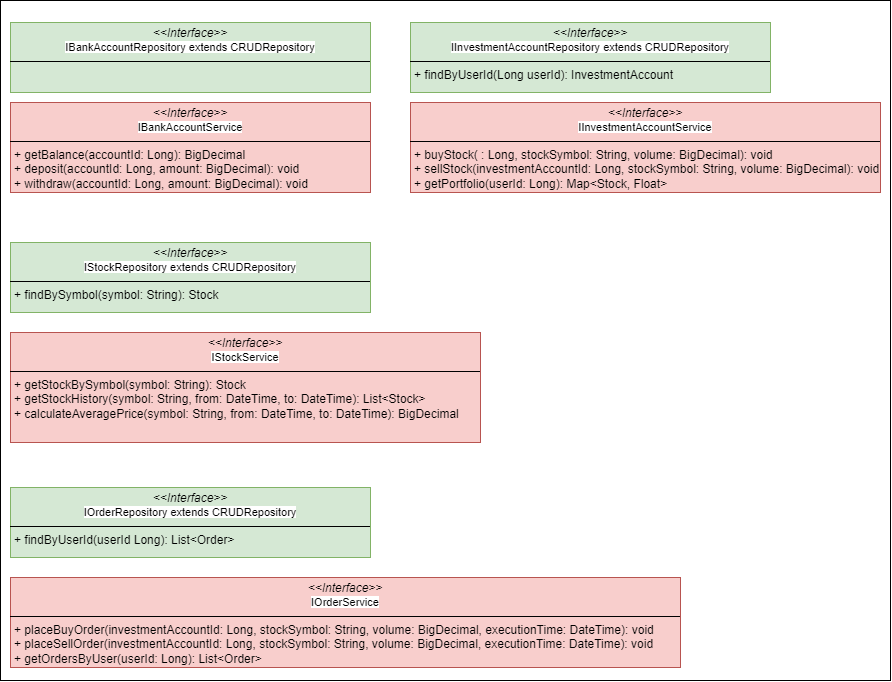
This is doc/diagrams/STACS_Finance_Interfaces.png from djthomann/FinancePepjekt, a draw.io export, as it was before one commit. Source tidied: cells renumbered, new cells last; positions are measured from the earlier drawing's top-left corner, leaving out a move shared by most shapes.
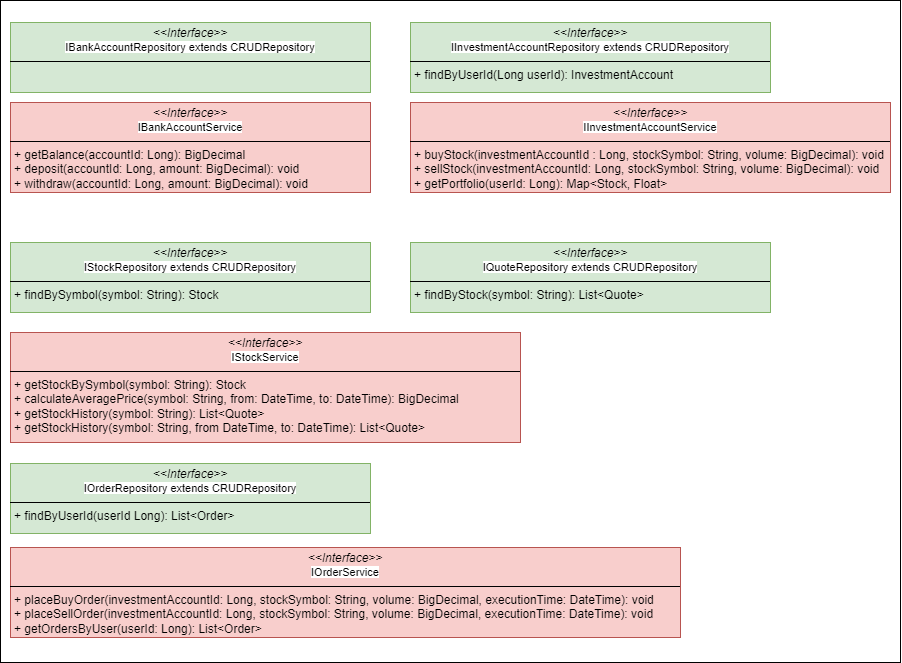
Later version of the same file.

Commit message:
UPDATE: Add IQuoteRepository and StockHistory functions to IStockService

The edit, as a diff of the source:
```diff
@@ -3,7 +3,7 @@
     <mxCell id="0" />
     <mxCell id="1" parent="0" />
     <mxCell id="2" style="rounded=0;whiteSpace=wrap;html=1;" parent="1" vertex="1">
-      <mxGeometry width="890" height="680" as="geometry" />
+      <mxGeometry width="900" height="662" as="geometry" />
     </mxCell>
     <mxCell id="3" value="&lt;p style=&quot;margin:0px;margin-top:4px;text-align:center;&quot;&gt;&lt;i&gt;&amp;lt;&amp;lt;Interface&amp;gt;&amp;gt;&lt;/i&gt;&lt;br&gt;&lt;span style=&quot;font-size: 11px; text-wrap-mode: nowrap; background-color: rgb(255, 255, 255);&quot;&gt;IBankAccountRepository extends CRUDRepository&lt;/span&gt;&lt;/p&gt;&lt;hr size=&quot;1&quot; style=&quot;border-style:solid;&quot;&gt;&lt;p style=&quot;margin:0px;margin-left:4px;&quot;&gt;&lt;br&gt;&lt;/p&gt;" style="verticalAlign=top;align=left;overflow=fill;html=1;whiteSpace=wrap;fillColor=#d5e8d4;strokeColor=#82b366;" parent="1" vertex="1">
       <mxGeometry x="10" y="22" width="360" height="70" as="geometry" />
@@ -14,20 +14,23 @@
     <mxCell id="5" value="&lt;p style=&quot;margin:0px;margin-top:4px;text-align:center;&quot;&gt;&lt;i&gt;&amp;lt;&amp;lt;Interface&amp;gt;&amp;gt;&lt;/i&gt;&lt;br&gt;&lt;span style=&quot;font-size: 11px; text-wrap-mode: nowrap; background-color: rgb(255, 255, 255);&quot;&gt;IStockRepository extends CRUDRepository&lt;/span&gt;&lt;/p&gt;&lt;hr size=&quot;1&quot; style=&quot;border-style:solid;&quot;&gt;&lt;p style=&quot;margin:0px;margin-left:4px;&quot;&gt;+ findBySymbol(symbol: String): Stock&lt;/p&gt;" style="verticalAlign=top;align=left;overflow=fill;html=1;whiteSpace=wrap;fillColor=#d5e8d4;strokeColor=#82b366;" parent="1" vertex="1">
       <mxGeometry x="10" y="242" width="360" height="70" as="geometry" />
     </mxCell>
-    <mxCell id="6" value="&lt;p style=&quot;margin:0px;margin-top:4px;text-align:center;&quot;&gt;&lt;i&gt;&amp;lt;&amp;lt;Interface&amp;gt;&amp;gt;&lt;/i&gt;&lt;br&gt;&lt;span style=&quot;font-size: 11px; text-wrap-mode: nowrap; background-color: rgb(255, 255, 255);&quot;&gt;IStockService&lt;/span&gt;&lt;/p&gt;&lt;hr size=&quot;1&quot; style=&quot;border-style:solid;&quot;&gt;&lt;p style=&quot;margin:0px;margin-left:4px;&quot;&gt;+ getStockBySymbol(symbol: String): Stock&lt;/p&gt;&lt;p style=&quot;margin:0px;margin-left:4px;&quot;&gt;+ getStockHistory(symbol: String, from: DateTime, to: DateTime): List&amp;lt;Stock&amp;gt;&lt;/p&gt;&lt;p style=&quot;margin:0px;margin-left:4px;&quot;&gt;+ calculateAveragePrice(symbol: String,&amp;nbsp;&lt;span style=&quot;background-color: initial;&quot;&gt;from: DateTime, to: DateTime): BigDecimal&lt;/span&gt;&lt;/p&gt;" style="verticalAlign=top;align=left;overflow=fill;html=1;whiteSpace=wrap;fillColor=#f8cecc;strokeColor=#b85450;" parent="1" vertex="1">
-      <mxGeometry x="10" y="332" width="470" height="110" as="geometry" />
+    <mxCell id="6" value="&lt;p style=&quot;margin:0px;margin-top:4px;text-align:center;&quot;&gt;&lt;i&gt;&amp;lt;&amp;lt;Interface&amp;gt;&amp;gt;&lt;/i&gt;&lt;br&gt;&lt;span style=&quot;font-size: 11px; text-wrap-mode: nowrap; background-color: rgb(255, 255, 255);&quot;&gt;IStockService&lt;/span&gt;&lt;/p&gt;&lt;hr size=&quot;1&quot; style=&quot;border-style:solid;&quot;&gt;&lt;p style=&quot;margin:0px;margin-left:4px;&quot;&gt;+ getStockBySymbol(symbol: String): Stock&lt;/p&gt;&lt;p style=&quot;margin:0px;margin-left:4px;&quot;&gt;+ calculateAveragePrice(symbol: String,&amp;nbsp;&lt;span style=&quot;background-color: initial;&quot;&gt;from: DateTime, to: DateTime): BigDecimal&lt;/span&gt;&lt;/p&gt;&lt;p style=&quot;margin:0px;margin-left:4px;&quot;&gt;&lt;span style=&quot;background-color: initial;&quot;&gt;+ getStockHistory(symbol: String): List&amp;lt;Quote&amp;gt;&lt;/span&gt;&lt;/p&gt;&lt;p style=&quot;margin:0px;margin-left:4px;&quot;&gt;&lt;span style=&quot;background-color: initial;&quot;&gt;+ getStockHistory(symbol: String, from DateTime, to: DateTime): List&amp;lt;Quote&amp;gt;&lt;/span&gt;&lt;/p&gt;" style="verticalAlign=top;align=left;overflow=fill;html=1;whiteSpace=wrap;fillColor=#f8cecc;strokeColor=#b85450;" parent="1" vertex="1">
+      <mxGeometry x="10" y="332" width="510" height="110" as="geometry" />
     </mxCell>
     <mxCell id="7" value="&lt;p style=&quot;margin:0px;margin-top:4px;text-align:center;&quot;&gt;&lt;i&gt;&amp;lt;&amp;lt;Interface&amp;gt;&amp;gt;&lt;/i&gt;&lt;br&gt;&lt;span style=&quot;font-size: 11px; text-wrap-mode: nowrap; background-color: rgb(255, 255, 255);&quot;&gt;IInvestmentAccountRepository extends CRUDRepository&lt;/span&gt;&lt;/p&gt;&lt;hr size=&quot;1&quot; style=&quot;border-style:solid;&quot;&gt;&lt;p style=&quot;margin:0px;margin-left:4px;&quot;&gt;+ findByUserId(Long userId): InvestmentAccount&lt;/p&gt;" style="verticalAlign=top;align=left;overflow=fill;html=1;whiteSpace=wrap;fillColor=#d5e8d4;strokeColor=#82b366;" parent="1" vertex="1">
       <mxGeometry x="410" y="22" width="360" height="70" as="geometry" />
     </mxCell>
-    <mxCell id="8" value="&lt;p style=&quot;margin:0px;margin-top:4px;text-align:center;&quot;&gt;&lt;i&gt;&amp;lt;&amp;lt;Interface&amp;gt;&amp;gt;&lt;/i&gt;&lt;br&gt;&lt;span style=&quot;font-size: 11px; text-wrap-mode: nowrap; background-color: rgb(255, 255, 255);&quot;&gt;IInvestmentAccountService&lt;/span&gt;&lt;/p&gt;&lt;hr size=&quot;1&quot; style=&quot;border-style:solid;&quot;&gt;&lt;p style=&quot;margin:0px;margin-left:4px;&quot;&gt;+ buyStock( : Long, stockSymbol: String, volume: BigDecimal): void&lt;/p&gt;&lt;p style=&quot;margin:0px;margin-left:4px;&quot;&gt;+ sellStock(investmentAccountId: Long, stockSymbol: String, volume: BigDecimal): void&lt;br&gt;+ getPortfolio(userId: Long): Map&amp;lt;Stock, Float&amp;gt;&lt;/p&gt;" style="verticalAlign=top;align=left;overflow=fill;html=1;whiteSpace=wrap;fillColor=#f8cecc;strokeColor=#b85450;" parent="1" vertex="1">
-      <mxGeometry x="410" y="102" width="470" height="90" as="geometry" />
+    <mxCell id="8" value="&lt;p style=&quot;margin:0px;margin-top:4px;text-align:center;&quot;&gt;&lt;i&gt;&amp;lt;&amp;lt;Interface&amp;gt;&amp;gt;&lt;/i&gt;&lt;br&gt;&lt;span style=&quot;font-size: 11px; text-wrap-mode: nowrap; background-color: rgb(255, 255, 255);&quot;&gt;IInvestmentAccountService&lt;/span&gt;&lt;/p&gt;&lt;hr size=&quot;1&quot; style=&quot;border-style:solid;&quot;&gt;&lt;p style=&quot;margin:0px;margin-left:4px;&quot;&gt;+ buyStock(investmentAccountId : Long, stockSymbol: String, volume: BigDecimal): void&lt;/p&gt;&lt;p style=&quot;margin:0px;margin-left:4px;&quot;&gt;+ sellStock(investmentAccountId: Long, stockSymbol: String, volume: BigDecimal): void&lt;br&gt;+ getPortfolio(userId: Long): Map&amp;lt;Stock, Float&amp;gt;&lt;/p&gt;" style="verticalAlign=top;align=left;overflow=fill;html=1;whiteSpace=wrap;fillColor=#f8cecc;strokeColor=#b85450;" parent="1" vertex="1">
+      <mxGeometry x="410" y="102" width="480" height="90" as="geometry" />
     </mxCell>
     <mxCell id="9" value="&lt;p style=&quot;margin:0px;margin-top:4px;text-align:center;&quot;&gt;&lt;i&gt;&amp;lt;&amp;lt;Interface&amp;gt;&amp;gt;&lt;/i&gt;&lt;br&gt;&lt;span style=&quot;font-size: 11px; text-wrap-mode: nowrap; background-color: rgb(255, 255, 255);&quot;&gt;IOrderService&lt;/span&gt;&lt;/p&gt;&lt;hr size=&quot;1&quot; style=&quot;border-style:solid;&quot;&gt;&lt;p style=&quot;margin:0px;margin-left:4px;&quot;&gt;+ placeBuyOrder(investmentAccountId: Long, stockSymbol: String, volume: BigDecimal, executionTime: DateTime): void&lt;/p&gt;&lt;p style=&quot;margin:0px;margin-left:4px;&quot;&gt;+ placeSellOrder(investmentAccountId: Long, stockSymbol: String,&amp;nbsp;volume:&amp;nbsp;BigDecimal&lt;span style=&quot;background-color: initial;&quot;&gt;,&amp;nbsp;&lt;/span&gt;&lt;span style=&quot;background-color: initial;&quot;&gt;executionTime: DateTime&lt;/span&gt;&lt;span style=&quot;background-color: initial;&quot;&gt;): void&lt;/span&gt;&lt;/p&gt;&lt;p style=&quot;margin:0px;margin-left:4px;&quot;&gt;&lt;span style=&quot;background-color: initial;&quot;&gt;+ getOrdersByUser(userId: Long): List&amp;lt;Order&amp;gt;&lt;/span&gt;&lt;/p&gt;" style="verticalAlign=top;align=left;overflow=fill;html=1;whiteSpace=wrap;fillColor=#f8cecc;strokeColor=#b85450;" parent="1" vertex="1">
-      <mxGeometry x="10" y="577" width="670" height="90" as="geometry" />
+      <mxGeometry x="10" y="547" width="670" height="90" as="geometry" />
     </mxCell>
     <mxCell id="10" value="&lt;p style=&quot;margin:0px;margin-top:4px;text-align:center;&quot;&gt;&lt;i&gt;&amp;lt;&amp;lt;Interface&amp;gt;&amp;gt;&lt;/i&gt;&lt;br&gt;&lt;span style=&quot;font-size: 11px; text-wrap-mode: nowrap; background-color: rgb(255, 255, 255);&quot;&gt;IOrderRepository extends CRUDRepository&lt;/span&gt;&lt;/p&gt;&lt;hr size=&quot;1&quot; style=&quot;border-style:solid;&quot;&gt;&lt;p style=&quot;margin:0px;margin-left:4px;&quot;&gt;+ findByUserId(userId Long): List&amp;lt;Order&amp;gt;&lt;/p&gt;" style="verticalAlign=top;align=left;overflow=fill;html=1;whiteSpace=wrap;fillColor=#d5e8d4;strokeColor=#82b366;" parent="1" vertex="1">
-      <mxGeometry x="10" y="487" width="360" height="70" as="geometry" />
+      <mxGeometry x="10" y="463" width="360" height="70" as="geometry" />
     </mxCell>
+    <mxCell id="11" value="&lt;p style=&quot;margin:0px;margin-top:4px;text-align:center;&quot;&gt;&lt;i&gt;&amp;lt;&amp;lt;Interface&amp;gt;&amp;gt;&lt;/i&gt;&lt;br&gt;&lt;span style=&quot;font-size: 11px; text-wrap-mode: nowrap; background-color: rgb(255, 255, 255);&quot;&gt;IQuoteRepository extends CRUDRepository&lt;/span&gt;&lt;/p&gt;&lt;hr size=&quot;1&quot; style=&quot;border-style:solid;&quot;&gt;&lt;p style=&quot;margin:0px;margin-left:4px;&quot;&gt;+ findByStock(symbol: String): List&amp;lt;Quote&amp;gt;&lt;/p&gt;" style="verticalAlign=top;align=left;overflow=fill;html=1;whiteSpace=wrap;fillColor=#d5e8d4;strokeColor=#82b366;" parent="1" vertex="1">
+      <mxGeometry x="410" y="242" width="360" height="70" as="geometry" />
+    </mxCell>
   </root>
 </mxGraphModel>
```
